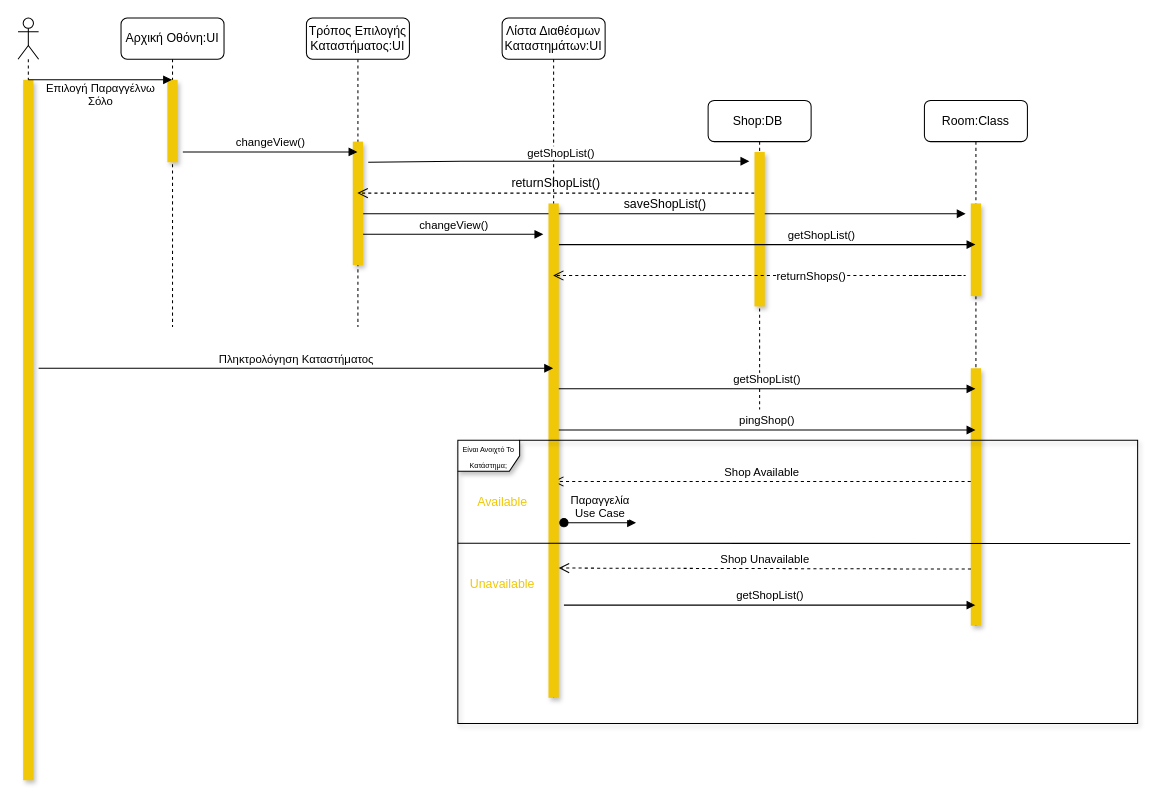
iloudaros/nomnomr keeps this draw.io diagram as docs/contributions/Kout-ou/Phase 5/Use Case Solo Shop Decided/ivedecided_seq.drawio. Above is the earlier version. Source tidied: cells renumbered, new cells numbered last; positions are measured from the earlier drawing's top-left corner, leaving out a move shared by most shapes. Both pictures are drawn from the tidied source at 103%, with x=0, y=0 at pixel (18, 18).
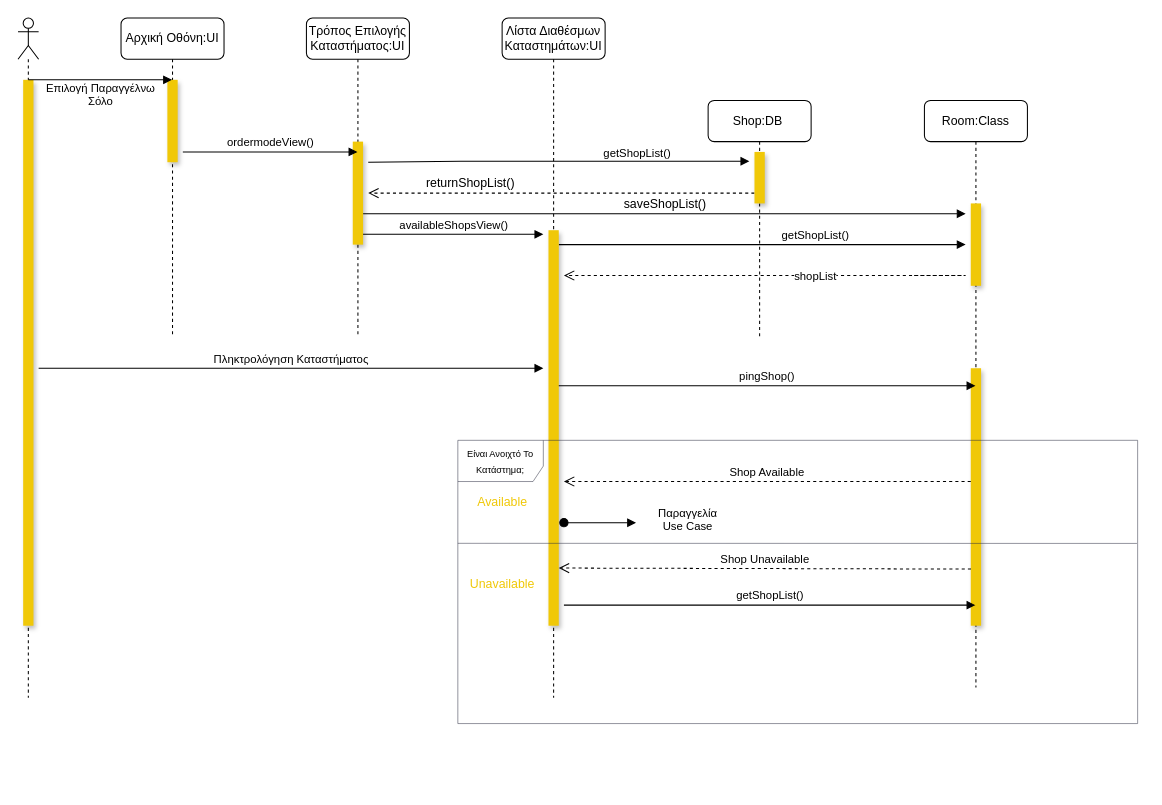
The same page after the edit.

Commit message:
Χρήση ονόματος View κατά την κλήση των στοιχείων του UI και στυλιστικές Διορθώσεις

The change refers to these unchanged cells:
```xml
<mxCell id="15" value="Λίστα Διαθέσμων Καταστημάτων:UI" style="shape=umlLifeline;perimeter=lifelinePerimeter;whiteSpace=wrap;html=1;outlineConnect=0;rounded=1;" parent="1" vertex="1">
  <mxGeometry x="470" width="100" height="660" as="geometry" />
</mxCell>
```

The edit, as a diff of the source:
```diff
@@
     <mxCell id="2" value="Αρχική Οθόνη:UI" style="shape=umlLifeline;perimeter=lifelinePerimeter;whiteSpace=wrap;html=1;outlineConnect=0;rounded=1;" parent="1" vertex="1">
-      <mxGeometry x="100" width="100" height="300" as="geometry" />
+      <mxGeometry x="100" width="100" height="310" as="geometry" />
     </mxCell>
@@
     <mxCell id="4" value="Τρόπος Επιλογής Καταστήματος:UI" style="shape=umlLifeline;perimeter=lifelinePerimeter;whiteSpace=wrap;html=1;outlineConnect=0;rounded=1;" parent="1" vertex="1">
-      <mxGeometry x="280" width="100" height="300" as="geometry" />
+      <mxGeometry x="280" width="100" height="310" as="geometry" />
     </mxCell>
@@
     <mxCell id="6" style="html=1;perimeter=orthogonalPerimeter;rounded=0;shadow=1;fillColor=#F0C808;strokeColor=none;" parent="4" vertex="1">
-      <mxGeometry x="45" y="120" width="10" height="120" as="geometry" />
+      <mxGeometry x="45" y="120" width="10" height="100" as="geometry" />
     </mxCell>
-    <mxCell id="7" value="changeView()" style="html=1;verticalAlign=bottom;endArrow=block;rounded=0;" parent="4" edge="1">
+    <mxCell id="7" value="availableShopsView()" style="html=1;verticalAlign=bottom;endArrow=block;rounded=0;" parent="4" edge="1">
       <mxGeometry relative="1" as="geometry">
         <mxPoint x="55" y="210" as="sourcePoint" />
         <mxPoint x="230" y="210" as="targetPoint" />
       </mxGeometry>
     </mxCell>
     <mxCell id="8" value="Room:Class" style="shape=umlLifeline;perimeter=lifelinePerimeter;whiteSpace=wrap;html=1;outlineConnect=0;rounded=1;" parent="1" vertex="1">
-      <mxGeometry x="880" y="80" width="100" height="510" as="geometry" />
+      <mxGeometry x="880" y="80" width="100" height="570" as="geometry" />
     </mxCell>
@@
-    <mxCell id="10" value="Shop Available" style="html=1;verticalAlign=bottom;endArrow=open;dashed=1;endSize=8;rounded=0;" parent="8" edge="1" target="15">
+    <mxCell id="10" value="Shop Available" style="html=1;verticalAlign=bottom;endArrow=open;dashed=1;endSize=8;rounded=0;" parent="8" edge="1">
       <mxGeometry relative="1" as="geometry">
         <mxPoint x="45" y="370" as="sourcePoint" />
+        <mxPoint x="-350" y="370" as="targetPoint" />
       </mxGeometry>
     </mxCell>
     <mxCell id="11" style="html=1;perimeter=orthogonalPerimeter;shadow=1;fontSize=12;fontColor=#000000;fillColor=#F0C808;strokeColor=none;" parent="8" vertex="1">
-      <mxGeometry x="45" y="100" width="10" height="90" as="geometry" />
+      <mxGeometry x="45" y="100" width="10" height="80" as="geometry" />
     </mxCell>
     <mxCell id="12" value="Shop:DB&amp;nbsp;" style="shape=umlLifeline;perimeter=lifelinePerimeter;whiteSpace=wrap;html=1;rounded=1;" parent="1" vertex="1">
-      <mxGeometry x="670" y="80" width="100" height="300" as="geometry" />
+      <mxGeometry x="670" y="80" width="100" height="230" as="geometry" />
     </mxCell>
-    <mxCell id="13" value="&lt;font color=&quot;#000000&quot;&gt;returnShopList()&lt;/font&gt;" style="html=1;verticalAlign=bottom;endArrow=open;dashed=1;endSize=8;rounded=0;fontSize=12;fontColor=#F0C808;" parent="12" edge="1" target="4">
-      <mxGeometry relative="1" as="geometry">
+    <mxCell id="13" value="&lt;font color=&quot;#000000&quot;&gt;returnShopList()&lt;/font&gt;" style="html=1;verticalAlign=bottom;endArrow=open;dashed=1;endSize=8;rounded=0;fontSize=12;fontColor=#F0C808;" parent="12" edge="1">
+      <mxGeometry x="0.47" relative="1" as="geometry">
         <mxPoint x="45" y="90" as="sourcePoint" />
+        <mxPoint x="-330" y="90" as="targetPoint" />
       </mxGeometry>
     </mxCell>
     <mxCell id="14" style="html=1;perimeter=orthogonalPerimeter;fillColor=#F0C808;shadow=1;strokeColor=none;" parent="12" vertex="1">
-      <mxGeometry x="45" y="50" width="10" height="150" as="geometry" />
+      <mxGeometry x="45" y="50" width="10" height="50" as="geometry" />
     </mxCell>
@@
-    <mxCell id="16" value="getShopList()" style="html=1;verticalAlign=bottom;endArrow=block;rounded=0;" parent="15" edge="1" target="8">
+    <mxCell id="16" value="getShopList()" style="html=1;verticalAlign=bottom;endArrow=block;rounded=0;" parent="15" edge="1">
       <mxGeometry x="0.26" relative="1" as="geometry">
         <mxPoint x="55" y="220" as="sourcePoint" />
+        <mxPoint x="450" y="220" as="targetPoint" />
       </mxGeometry>
     </mxCell>
     <mxCell id="17" style="html=1;perimeter=orthogonalPerimeter;rounded=0;shadow=1;fillColor=#F0C808;strokeColor=none;" parent="15" vertex="1">
-      <mxGeometry x="45" y="180" width="10" height="480" as="geometry" />
+      <mxGeometry x="45" y="206" width="10" height="384" as="geometry" />
     </mxCell>
-    <mxCell id="18" value="pingShop()" style="html=1;verticalAlign=bottom;endArrow=block;rounded=0;" parent="15" edge="1" target="8">
+    <mxCell id="18" value="pingShop()" style="html=1;verticalAlign=bottom;endArrow=block;rounded=0;" parent="15" edge="1">
       <mxGeometry relative="1" as="geometry">
-        <mxPoint x="55" y="400" as="sourcePoint" />
+        <mxPoint x="55" y="357" as="sourcePoint" />
+        <mxPoint x="459.5" y="357" as="targetPoint" />
       </mxGeometry>
     </mxCell>
@@
     <mxCell id="21" style="shape=umlLifeline;participant=umlActor;perimeter=lifelinePerimeter;whiteSpace=wrap;html=1;verticalAlign=top;spacingTop=36;rounded=1;" parent="1" vertex="1">
-      <mxGeometry width="20" height="740" as="geometry" />
+      <mxGeometry width="20" height="660" as="geometry" />
     </mxCell>
     <mxCell id="22" style="html=1;perimeter=orthogonalPerimeter;rounded=0;fillColor=#F0C808;strokeColor=none;shadow=1;" parent="21" vertex="1">
-      <mxGeometry x="5" y="60" width="10" height="680" as="geometry" />
+      <mxGeometry x="5" y="60" width="10" height="530" as="geometry" />
     </mxCell>
@@
-    <mxCell id="24" value="changeView()" style="html=1;verticalAlign=bottom;endArrow=block;rounded=0;" parent="1" edge="1" target="4">
+    <mxCell id="24" value="ordermodeView()" style="html=1;verticalAlign=bottom;endArrow=block;rounded=0;" parent="1" edge="1" target="4">
       <mxGeometry relative="1" as="geometry">
         <mxPoint x="160" y="130" as="sourcePoint" />
       </mxGeometry>
     </mxCell>
-    <mxCell id="25" value="Πληκτρολόγηση Καταστήματος" style="html=1;verticalAlign=bottom;endArrow=block;rounded=0;" parent="1" edge="1" target="15">
+    <mxCell id="25" value="Πληκτρολόγηση Καταστήματος" style="html=1;verticalAlign=bottom;endArrow=block;rounded=0;" parent="1" edge="1">
       <mxGeometry relative="1" as="geometry">
         <mxPoint x="20" y="340" as="sourcePoint" />
+        <mxPoint x="510" y="340" as="targetPoint" />
       </mxGeometry>
     </mxCell>
     <mxCell id="26" value="getShopList()" style="html=1;verticalAlign=bottom;endArrow=block;rounded=0;" parent="1" edge="1">
-      <mxGeometry x="0.01" relative="1" as="geometry">
+      <mxGeometry x="0.41" y="-1" relative="1" as="geometry">
         <mxPoint x="340" y="140" as="sourcePoint" />
         <mxPoint x="710" y="139" as="targetPoint" />
         <Array as="points">
           <mxPoint x="430" y="139" />
         </Array>
-        <mxPoint y="1" as="offset" />
       </mxGeometry>
     </mxCell>
-    <mxCell id="27" value="getShopList()" style="html=1;verticalAlign=bottom;endArrow=block;rounded=0;" parent="1" edge="1" target="8">
-      <mxGeometry relative="1" as="geometry">
-        <mxPoint x="525" y="360" as="sourcePoint" />
-      </mxGeometry>
-    </mxCell>
-    <mxCell id="28" value="returnShops()" style="html=1;verticalAlign=bottom;endArrow=open;dashed=1;endSize=8;rounded=0;" parent="1" edge="1" target="15">
+    <mxCell id="28" value="shopList" style="html=1;verticalAlign=bottom;endArrow=open;dashed=1;endSize=8;rounded=0;" parent="1" edge="1">
       <mxGeometry x="-0.11" y="10" relative="1" as="geometry">
         <mxPoint x="870" y="250" as="sourcePoint" />
+        <mxPoint x="530" y="250" as="targetPoint" />
         <Array as="points">
           <mxPoint x="920" y="250" />
         </Array>
       </mxGeometry>
     </mxCell>
     <mxCell id="29" value="Παραγγελία&lt;br&gt;Use Case" style="html=1;verticalAlign=bottom;startArrow=oval;startFill=1;endArrow=block;startSize=8;rounded=0;" parent="1" edge="1">
-      <mxGeometry relative="1" as="geometry">
+      <mxGeometry x="1" y="-52" relative="1" as="geometry">
         <mxPoint x="530" y="490" as="sourcePoint" />
         <mxPoint x="600" y="490" as="targetPoint" />
+        <mxPoint x="50" y="-39" as="offset" />
       </mxGeometry>
     </mxCell>
-    <mxCell id="30" value="&lt;font style=&quot;font-size: 7px;&quot;&gt;Είναι Ανοιχτό Το Κατάστημα;&lt;/font&gt;" style="shape=umlFrame;whiteSpace=wrap;html=1;shadow=1;fillColor=#FFFFFF;" parent="1" vertex="1">
-      <mxGeometry x="427" y="410" width="660" height="275" as="geometry" />
-    </mxCell>
@@
-    <mxCell id="33" style="endArrow=none;html=1;rounded=0;fontSize=12;fontColor=#000000;entryX=0.989;entryY=0.364;entryDx=0;entryDy=0;entryPerimeter=0;" parent="1" edge="1" target="30">
+    <mxCell id="33" style="endArrow=none;html=1;rounded=0;fontSize=12;fontColor=#000000;entryX=0.999;entryY=0.364;entryDx=0;entryDy=0;entryPerimeter=0;strokeWidth=0.5;strokeColor=#2B2D42;" parent="1" edge="1" target="30">
       <mxGeometry relative="1" as="geometry">
         <mxPoint x="427" y="510" as="sourcePoint" />
       </mxGeometry>
     </mxCell>
+    <mxCell id="30" value="&lt;font style=&quot;font-size: 9px;&quot;&gt;Είναι Ανοιχτό Το Κατάστημα;&lt;/font&gt;" style="shape=umlFrame;whiteSpace=wrap;html=1;shadow=0;fillColor=#FFFFFF;width=83;height=40;strokeWidth=0.5;strokeColor=#2B2D42;" parent="1" vertex="1">
+      <mxGeometry x="427" y="410" width="660" height="275" as="geometry" />
+    </mxCell>
```
